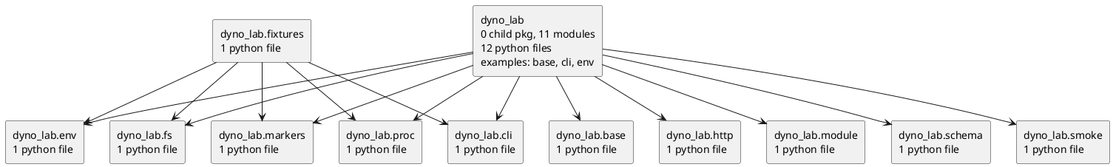
Above: docs/diagrams/python-packages.puml.png in casonk/dyno-lab (PlantUML), before the change. The source it was exported from:
```plantuml
@startuml packages_dyno-lab
set namespaceSeparator none
top to bottom direction
skinparam componentStyle rectangle
rectangle "dyno_lab\n0 child pkg, 11 modules\n12 python files\nexamples: base, cli, env" as dyno_lab
rectangle "dyno_lab.base\n1 python file" as dyno_lab.base
rectangle "dyno_lab.cli\n1 python file" as dyno_lab.cli
rectangle "dyno_lab.env\n1 python file" as dyno_lab.env
rectangle "dyno_lab.fixtures\n1 python file" as dyno_lab.fixtures
rectangle "dyno_lab.fs\n1 python file" as dyno_lab.fs
rectangle "dyno_lab.http\n1 python file" as dyno_lab.http
rectangle "dyno_lab.markers\n1 python file" as dyno_lab.markers
rectangle "dyno_lab.module\n1 python file" as dyno_lab.module
rectangle "dyno_lab.proc\n1 python file" as dyno_lab.proc
rectangle "dyno_lab.schema\n1 python file" as dyno_lab.schema
rectangle "dyno_lab.smoke\n1 python file" as dyno_lab.smoke
dyno_lab --> dyno_lab.base
dyno_lab --> dyno_lab.cli
dyno_lab --> dyno_lab.env
dyno_lab --> dyno_lab.fs
dyno_lab --> dyno_lab.http
dyno_lab --> dyno_lab.markers
dyno_lab --> dyno_lab.module
dyno_lab --> dyno_lab.proc
dyno_lab --> dyno_lab.schema
dyno_lab --> dyno_lab.smoke
dyno_lab.fixtures --> dyno_lab.cli
dyno_lab.fixtures --> dyno_lab.env
dyno_lab.fixtures --> dyno_lab.fs
dyno_lab.fixtures --> dyno_lab.markers
dyno_lab.fixtures --> dyno_lab.proc
@enduml
```
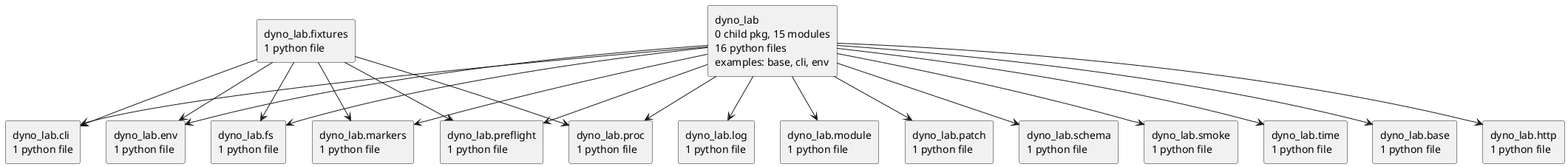
After the change.

Change to the diagram source:
```diff
@@ -2,31 +2,40 @@
 set namespaceSeparator none
 top to bottom direction
 skinparam componentStyle rectangle
-rectangle "dyno_lab\n0 child pkg, 11 modules\n12 python files\nexamples: base, cli, env" as dyno_lab
+rectangle "dyno_lab\n0 child pkg, 15 modules\n16 python files\nexamples: base, cli, env" as dyno_lab
 rectangle "dyno_lab.base\n1 python file" as dyno_lab.base
 rectangle "dyno_lab.cli\n1 python file" as dyno_lab.cli
 rectangle "dyno_lab.env\n1 python file" as dyno_lab.env
 rectangle "dyno_lab.fixtures\n1 python file" as dyno_lab.fixtures
 rectangle "dyno_lab.fs\n1 python file" as dyno_lab.fs
 rectangle "dyno_lab.http\n1 python file" as dyno_lab.http
+rectangle "dyno_lab.log\n1 python file" as dyno_lab.log
 rectangle "dyno_lab.markers\n1 python file" as dyno_lab.markers
 rectangle "dyno_lab.module\n1 python file" as dyno_lab.module
+rectangle "dyno_lab.patch\n1 python file" as dyno_lab.patch
+rectangle "dyno_lab.preflight\n1 python file" as dyno_lab.preflight
 rectangle "dyno_lab.proc\n1 python file" as dyno_lab.proc
 rectangle "dyno_lab.schema\n1 python file" as dyno_lab.schema
 rectangle "dyno_lab.smoke\n1 python file" as dyno_lab.smoke
+rectangle "dyno_lab.time\n1 python file" as dyno_lab.time
 dyno_lab --> dyno_lab.base
 dyno_lab --> dyno_lab.cli
 dyno_lab --> dyno_lab.env
 dyno_lab --> dyno_lab.fs
 dyno_lab --> dyno_lab.http
+dyno_lab --> dyno_lab.log
 dyno_lab --> dyno_lab.markers
 dyno_lab --> dyno_lab.module
+dyno_lab --> dyno_lab.patch
+dyno_lab --> dyno_lab.preflight
 dyno_lab --> dyno_lab.proc
 dyno_lab --> dyno_lab.schema
 dyno_lab --> dyno_lab.smoke
+dyno_lab --> dyno_lab.time
 dyno_lab.fixtures --> dyno_lab.cli
 dyno_lab.fixtures --> dyno_lab.env
 dyno_lab.fixtures --> dyno_lab.fs
 dyno_lab.fixtures --> dyno_lab.markers
+dyno_lab.fixtures --> dyno_lab.preflight
 dyno_lab.fixtures --> dyno_lab.proc
 @enduml
```
